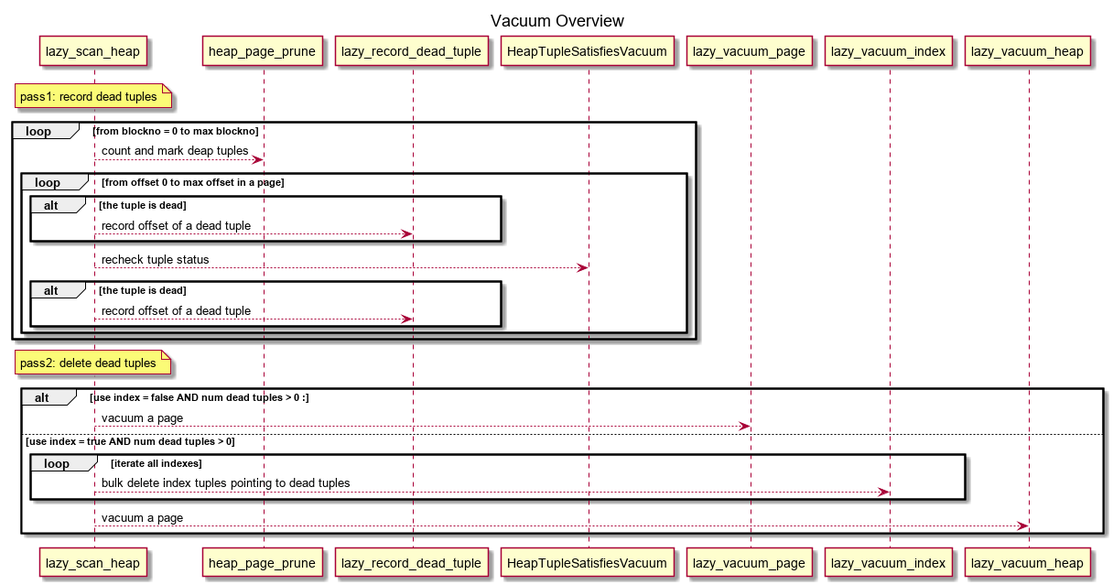
zyake/postgres_analysis keeps this PlantUML diagram as vacuum_overview/Vacuum Overview.png. Above is the earlier version.
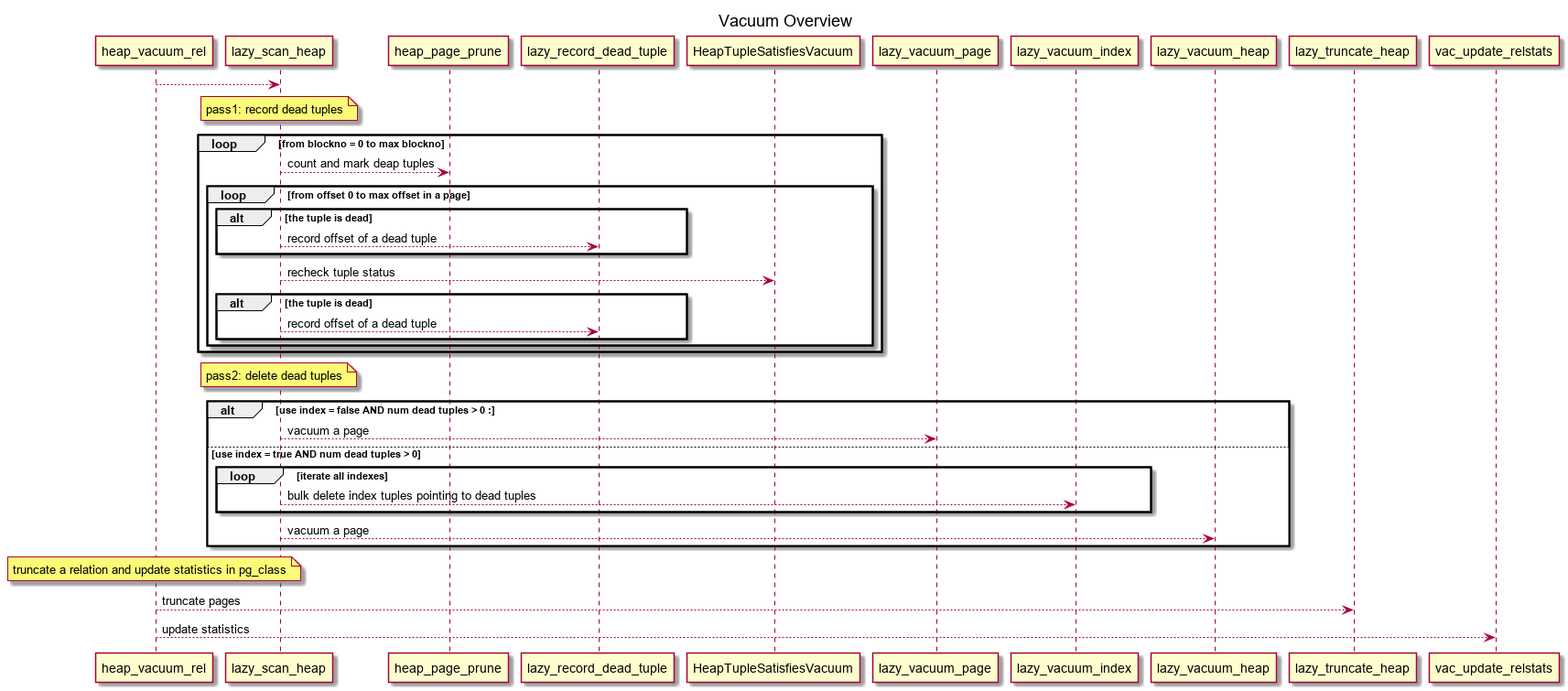
The same file after the commit.

Commit message:
add heap_vacuum_rel

What changed in the source:
```diff
@@ -1,5 +1,7 @@
 @startuml
 title Vacuum Overview
+
+heap_vacuum_rel --> lazy_scan_heap
 
 note over lazy_scan_heap: pass1: record dead tuples
 loop from blockno = 0 to max blockno
@@ -26,4 +28,9 @@
 
     lazy_scan_heap --> lazy_vacuum_heap : vacuum a page
 end
+
+note over heap_vacuum_rel : truncate a relation and update statistics in pg_class
+heap_vacuum_rel --> lazy_truncate_heap : truncate pages
+heap_vacuum_rel --> vac_update_relstats : update statistics
+
 @enduml
```
